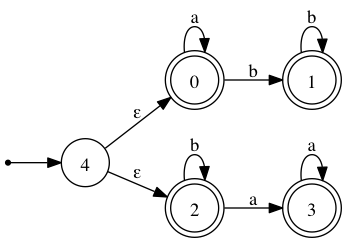
Above: exemples/output1.png in PjPatSy/Pj205 (Graphviz), before the change. Its source is kept beside it as exemples/output1.gv.
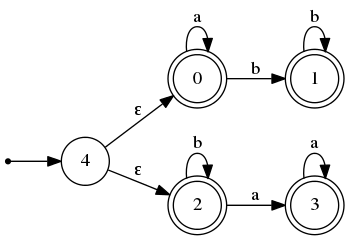
The same file after the commit.

The edit, as a diff of the source:
```diff
@@ -6,7 +6,7 @@
 	node [shape = point ]; q;
 	node [shape = circle];
 
-	q -> 4;
+	q -> 4
 	0 -> 0 [label = "a"];
 	0 -> 1 [label = "b"];
 	1 -> 1 [label = "b"];
@@ -16,5 +16,4 @@
 
 	4 -> 0 [label = "ε"];
 	4 -> 2 [label = "ε"];
-
 }
```
